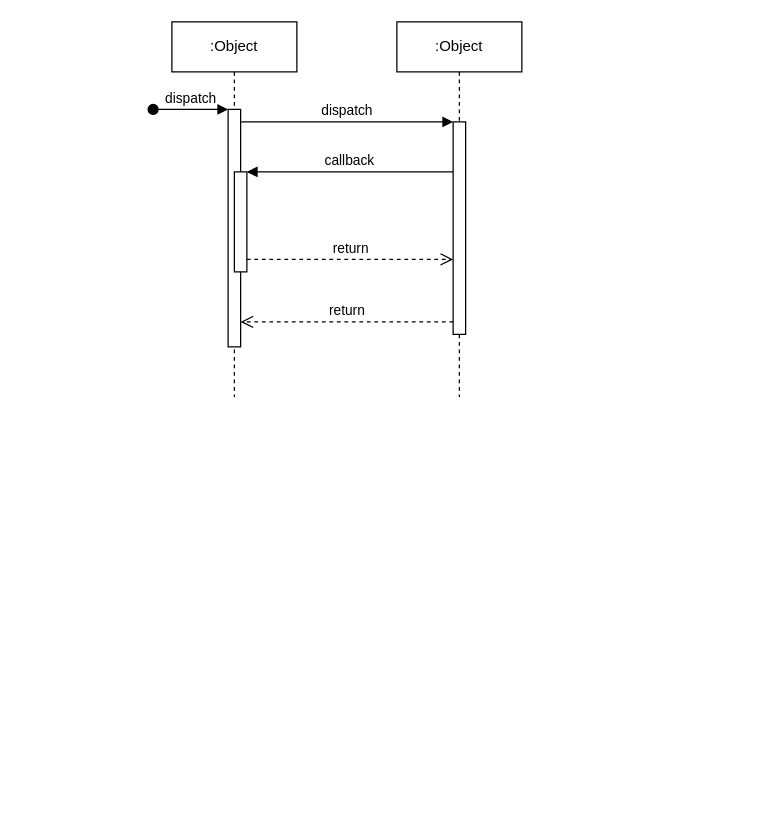
chea-young/UML keeps this draw.io diagram as 제목 없는 다이어그램.drawio. Above is the earlier version. Source tidied: cells renumbered, new cells numbered last; positions are measured from the earlier drawing's top-left corner, leaving out a move shared by most shapes. Both pictures are drawn from the tidied source at 125%, with x=0, y=0 at pixel (152, 21).
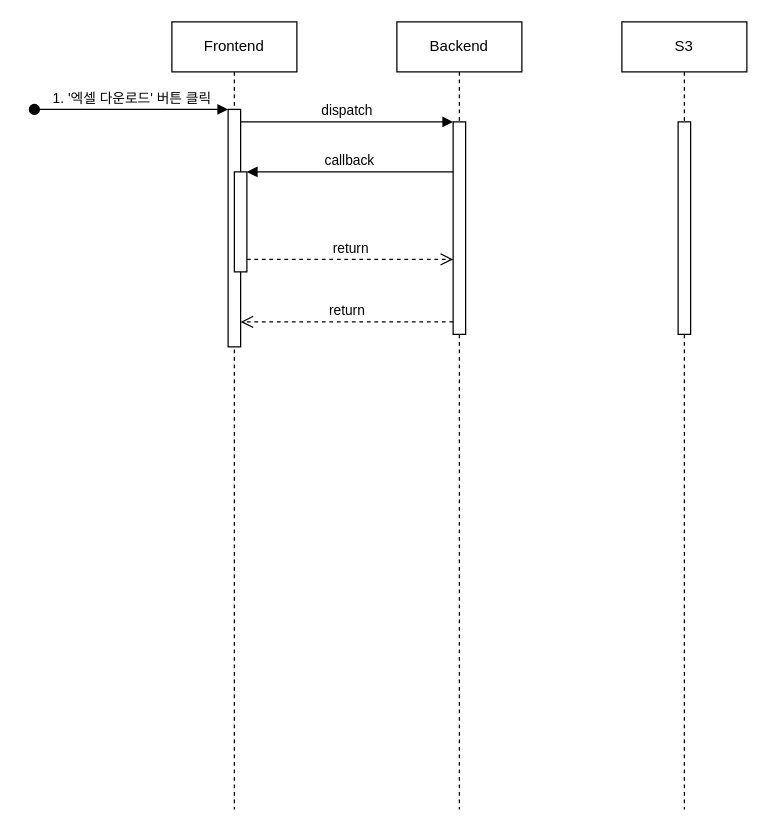
After the change.

What changed in the source:
```diff
@@
 <mxGraphModel>
   <root>
     <mxCell id="0" />
     <mxCell id="1" parent="0" />
-    <mxCell id="2" value=":Object" style="shape=umlLifeline;perimeter=lifelinePerimeter;whiteSpace=wrap;html=1;newEdgeStyle={&quot;edgeStyle&quot;:&quot;elbowEdgeStyle&quot;,&quot;elbow&quot;:&quot;vertical&quot;,&quot;curved&quot;:0,&quot;rounded&quot;:0};" parent="1" vertex="1">
-      <mxGeometry x="15" width="100" height="300" as="geometry" />
+    <mxCell id="2" value="Frontend" style="shape=umlLifeline;perimeter=lifelinePerimeter;whiteSpace=wrap;html=1;newEdgeStyle={&quot;edgeStyle&quot;:&quot;elbowEdgeStyle&quot;,&quot;elbow&quot;:&quot;vertical&quot;,&quot;curved&quot;:0,&quot;rounded&quot;:0};" parent="1" vertex="1">
+      <mxGeometry x="15" width="100" height="630" as="geometry" />
     </mxCell>
     <mxCell id="3" style="html=1;points=[];perimeter=orthogonalPerimeter;outlineConnect=0;targetShapes=umlLifeline;portConstraint=eastwest;newEdgeStyle={&quot;edgeStyle&quot;:&quot;elbowEdgeStyle&quot;,&quot;elbow&quot;:&quot;vertical&quot;,&quot;curved&quot;:0,&quot;rounded&quot;:0};" parent="2" vertex="1">
       <mxGeometry x="45" y="70" width="10" height="190" as="geometry" />
     </mxCell>
-    <mxCell id="4" value="dispatch" style="html=1;verticalAlign=bottom;startArrow=oval;endArrow=block;startSize=8;edgeStyle=elbowEdgeStyle;elbow=vertical;curved=0;rounded=0;" parent="2" edge="1" target="3">
+    <mxCell id="4" value="1. '엑셀 다운로드' 버튼 클릭" style="html=1;verticalAlign=bottom;startArrow=oval;endArrow=block;startSize=8;edgeStyle=elbowEdgeStyle;elbow=vertical;curved=0;rounded=0;" parent="2" edge="1" target="3">
       <mxGeometry relative="1" as="geometry">
-        <mxPoint x="-15" y="70" as="sourcePoint" />
+        <mxPoint x="-110" y="70" as="sourcePoint" />
       </mxGeometry>
     </mxCell>
     <mxCell id="5" style="html=1;points=[];perimeter=orthogonalPerimeter;outlineConnect=0;targetShapes=umlLifeline;portConstraint=eastwest;newEdgeStyle={&quot;edgeStyle&quot;:&quot;elbowEdgeStyle&quot;,&quot;elbow&quot;:&quot;vertical&quot;,&quot;curved&quot;:0,&quot;rounded&quot;:0};" parent="2" vertex="1">
       <mxGeometry x="50" y="120" width="10" height="80" as="geometry" />
     </mxCell>
-    <mxCell id="6" value=":Object" style="shape=umlLifeline;perimeter=lifelinePerimeter;whiteSpace=wrap;html=1;newEdgeStyle={&quot;edgeStyle&quot;:&quot;elbowEdgeStyle&quot;,&quot;elbow&quot;:&quot;vertical&quot;,&quot;curved&quot;:0,&quot;rounded&quot;:0};" parent="1" vertex="1">
-      <mxGeometry x="195" width="100" height="300" as="geometry" />
+    <mxCell id="6" value="Backend" style="shape=umlLifeline;perimeter=lifelinePerimeter;whiteSpace=wrap;html=1;newEdgeStyle={&quot;edgeStyle&quot;:&quot;elbowEdgeStyle&quot;,&quot;elbow&quot;:&quot;vertical&quot;,&quot;curved&quot;:0,&quot;rounded&quot;:0};" parent="1" vertex="1">
+      <mxGeometry x="195" width="100" height="630" as="geometry" />
     </mxCell>
     <mxCell id="7" style="html=1;points=[];perimeter=orthogonalPerimeter;outlineConnect=0;targetShapes=umlLifeline;portConstraint=eastwest;newEdgeStyle={&quot;edgeStyle&quot;:&quot;elbowEdgeStyle&quot;,&quot;elbow&quot;:&quot;vertical&quot;,&quot;curved&quot;:0,&quot;rounded&quot;:0};" parent="6" vertex="1">
       <mxGeometry x="45" y="80" width="10" height="170" as="geometry" />
     </mxCell>
     <mxCell id="8" value="dispatch" style="html=1;verticalAlign=bottom;endArrow=block;edgeStyle=elbowEdgeStyle;elbow=vertical;curved=0;rounded=0;" parent="1" edge="1" source="3" target="7">
       <mxGeometry relative="1" as="geometry">
         <Array as="points">
           <mxPoint x="155" y="80" />
         </Array>
       </mxGeometry>
     </mxCell>
     <mxCell id="9" value="return" style="html=1;verticalAlign=bottom;endArrow=open;dashed=1;endSize=8;edgeStyle=elbowEdgeStyle;elbow=vertical;curved=0;rounded=0;" parent="1" edge="1" source="7" target="3">
       <mxGeometry relative="1" as="geometry">
         <Array as="points">
           <mxPoint x="165" y="240" />
         </Array>
       </mxGeometry>
     </mxCell>
     <mxCell id="10" value="callback" style="html=1;verticalAlign=bottom;endArrow=block;edgeStyle=elbowEdgeStyle;elbow=vertical;curved=0;rounded=0;" parent="1" edge="1" source="7" target="5">
       <mxGeometry relative="1" as="geometry">
         <Array as="points">
           <mxPoint x="165" y="120" />
         </Array>
       </mxGeometry>
     </mxCell>
     <mxCell id="11" value="return" style="html=1;verticalAlign=bottom;endArrow=open;dashed=1;endSize=8;edgeStyle=elbowEdgeStyle;elbow=vertical;curved=0;rounded=0;" parent="1" edge="1" source="5" target="7">
       <mxGeometry relative="1" as="geometry">
         <Array as="points">
           <mxPoint x="155" y="190" />
         </Array>
       </mxGeometry>
     </mxCell>
+    <mxCell id="12" value="S3" style="shape=umlLifeline;perimeter=lifelinePerimeter;whiteSpace=wrap;html=1;newEdgeStyle={&quot;edgeStyle&quot;:&quot;elbowEdgeStyle&quot;,&quot;elbow&quot;:&quot;vertical&quot;,&quot;curved&quot;:0,&quot;rounded&quot;:0};" parent="1" vertex="1">
+      <mxGeometry x="375" width="100" height="630" as="geometry" />
+    </mxCell>
+    <mxCell id="13" style="html=1;perimeter=orthogonalPerimeter;targetShapes=umlLifeline;newEdgeStyle={&quot;edgeStyle&quot;:&quot;elbowEdgeStyle&quot;,&quot;elbow&quot;:&quot;vertical&quot;,&quot;curved&quot;:0,&quot;rounded&quot;:0};" parent="12" vertex="1">
+      <mxGeometry x="45" y="80" width="10" height="170" as="geometry" />
+    </mxCell>
   </root>
 </mxGraphModel>
```
